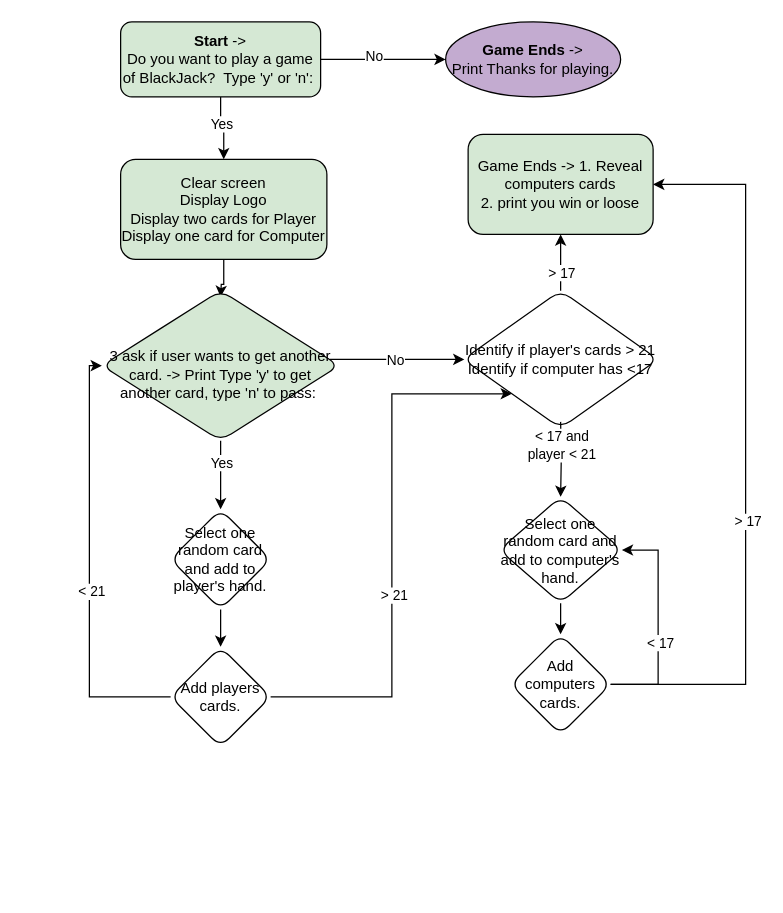
Earlier version of the draw.io diagram Black Jack Diagram.drawio (taryee8/hello-world). Source tidied: cells renumbered, new cells numbered last; positions are measured from the earlier drawing's top-left corner, leaving out a move shared by most shapes. Both pictures are drawn from the tidied source at 125%, with x=0, y=0 at pixel (101, 21).
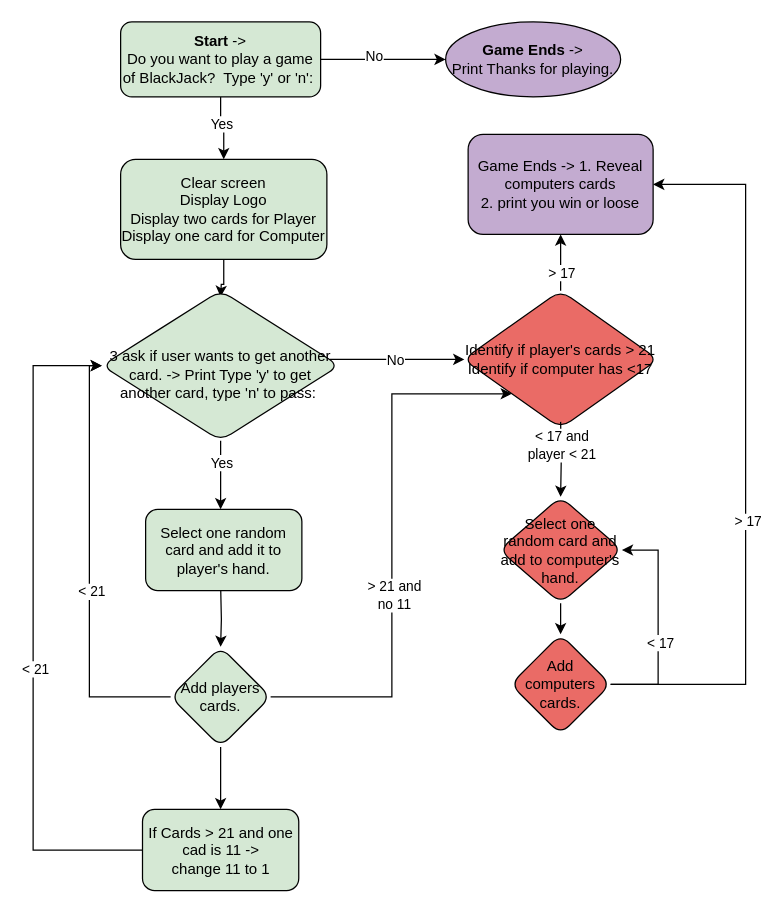
The same diagram, later.

The change refers to these unchanged cells:
```xml
<mxCell id="18" value="&lt;br&gt;&lt;span&gt;3 ask if user wants to get another card. -&amp;gt; Print Type 'y' to get another card, type 'n' to pass:&amp;nbsp;&lt;/span&gt;" style="rhombus;whiteSpace=wrap;html=1;rounded=1;shadow=0;strokeWidth=1;glass=0;fillColor=#D5E8D4;" parent="1" vertex="1">
  <mxGeometry y="215" width="190" height="120" as="geometry" />
</mxCell>
<mxCell id="24" style="endArrow=classic;html=1;rounded=0;exitX=1;exitY=0.5;exitDx=0;exitDy=0;entryX=0;entryY=1;entryDx=0;entryDy=0;edgeStyle=elbowEdgeStyle;" parent="1" edge="1" source="21" target="14">
  <mxGeometry relative="1" as="geometry" />
</mxCell>
```

What changed in the source:
```diff
@@
-    <mxCell id="14" value="Identify if player's cards &amp;gt; 21&lt;br&gt;Identify if computer has &amp;lt;17" style="rhombus;whiteSpace=wrap;html=1;rounded=1;shadow=0;strokeWidth=1;fillColor=none;glass=0;" parent="1" vertex="1">
+    <mxCell id="14" value="Identify if player's cards &amp;gt; 21&lt;br&gt;Identify if computer has &amp;lt;17" style="rhombus;whiteSpace=wrap;html=1;rounded=1;shadow=0;strokeWidth=1;fillColor=#EA6B66;glass=0;" parent="1" vertex="1">
       <mxGeometry x="289" y="215" width="156" height="110" as="geometry" />
     </mxCell>
-    <mxCell id="15" value="Game Ends -&amp;gt; 1. Reveal computers cards&lt;br&gt;2. print you win or loose" style="whiteSpace=wrap;html=1;rounded=1;shadow=0;strokeWidth=1;fillColor=#D5E8D4;glass=0;" parent="1" vertex="1">
+    <mxCell id="15" value="Game Ends -&amp;gt; 1. Reveal computers cards&lt;br&gt;2. print you win or loose" style="whiteSpace=wrap;html=1;rounded=1;shadow=0;strokeWidth=1;fillColor=#C3ABD0;glass=0;" parent="1" vertex="1">
       <mxGeometry x="293" y="90" width="148" height="80" as="geometry" />
     </mxCell>
-    <mxCell id="16" style="edgeStyle=orthogonalEdgeStyle;rounded=0;jettySize=auto;html=1;" parent="1" edge="1" source="18" target="20">
-      <mxGeometry relative="1" as="geometry" />
+    <mxCell id="16" style="edgeStyle=orthogonalEdgeStyle;rounded=0;jettySize=auto;html=1;entryX=0.5;entryY=0;entryDx=0;entryDy=0;" parent="1" edge="1" source="18">
+      <mxGeometry relative="1" as="geometry">
+        <mxPoint x="95" y="390" as="targetPoint" />
+      </mxGeometry>
     </mxCell>
@@
-    <mxCell id="19" style="edgeStyle=orthogonalEdgeStyle;rounded=0;jettySize=auto;html=1;" parent="1" edge="1" source="20" target="21">
-      <mxGeometry relative="1" as="geometry" />
+    <mxCell id="19" style="edgeStyle=orthogonalEdgeStyle;rounded=0;jettySize=auto;html=1;" parent="1" edge="1" target="21">
+      <mxGeometry relative="1" as="geometry">
+        <mxPoint x="95.1" y="455" as="sourcePoint" />
+      </mxGeometry>
     </mxCell>
-    <mxCell id="20" value="Select one random card and add to player's hand." style="rhombus;whiteSpace=wrap;html=1;rounded=1;shadow=0;strokeWidth=1;glass=0;fillColor=none;" parent="1" vertex="1">
-      <mxGeometry x="55" y="390" width="80" height="80" as="geometry" />
-    </mxCell>
+    <mxCell id="35" style="edgeStyle=orthogonalEdgeStyle;rounded=0;jettySize=auto;html=1;" parent="1" edge="1" source="21">
+      <mxGeometry relative="1" as="geometry">
+        <mxPoint x="95" y="630" as="targetPoint" />
+      </mxGeometry>
+    </mxCell>
-    <mxCell id="21" value="Add players cards." style="rhombus;whiteSpace=wrap;html=1;rounded=1;shadow=0;strokeWidth=1;glass=0;fillColor=none;" parent="1" vertex="1">
+    <mxCell id="21" value="Add players cards." style="rhombus;whiteSpace=wrap;html=1;rounded=1;shadow=0;strokeWidth=1;glass=0;fillColor=#D5E8D4;" parent="1" vertex="1">
       <mxGeometry x="55" y="500" width="80" height="80" as="geometry" />
     </mxCell>
@@
-    <mxCell id="25" value="&amp;gt; 21" style="edgeLabel;html=1;align=center;verticalAlign=middle;" parent="24" vertex="1">
+    <mxCell id="25" value="&amp;gt; 21 and&lt;br&gt;no 11" style="edgeLabel;html=1;align=center;verticalAlign=middle;" parent="24" vertex="1">
       <mxGeometry x="-0.18" y="-1" relative="1" as="geometry" />
     </mxCell>
@@
-    <mxCell id="28" value="Select one random card and add to computer's hand." style="rhombus;whiteSpace=wrap;html=1;rounded=1;shadow=0;strokeWidth=1;glass=0;" parent="1" vertex="1">
+    <mxCell id="28" value="Select one random card and add to computer's hand." style="rhombus;whiteSpace=wrap;html=1;rounded=1;shadow=0;strokeWidth=1;glass=0;fillColor=#EA6B66;" parent="1" vertex="1">
       <mxGeometry x="318" y="380" width="98" height="85" as="geometry" />
     </mxCell>
@@
-    <mxCell id="31" value="Add computers cards." style="rhombus;whiteSpace=wrap;html=1;rounded=1;shadow=0;strokeWidth=1;glass=0;" parent="1" vertex="1">
+    <mxCell id="31" value="Add computers cards." style="rhombus;whiteSpace=wrap;html=1;rounded=1;shadow=0;strokeWidth=1;glass=0;fillColor=#EA6B66;" parent="1" vertex="1">
       <mxGeometry x="327" y="490" width="80" height="80" as="geometry" />
     </mxCell>
@@
+    <mxCell id="36" value="&lt;span style=&quot;font-family: &amp;#34;helvetica&amp;#34;&quot;&gt;Select one random card and add it to player's hand.&lt;/span&gt;" style="whiteSpace=wrap;html=1;rounded=1;shadow=0;strokeWidth=1;glass=0;fillColor=#D5E8D4;" parent="1" vertex="1">
+      <mxGeometry x="35" y="390" width="125" height="65" as="geometry" />
+    </mxCell>
+    <mxCell id="37" value="&lt;span style=&quot;font-family: &amp;#34;helvetica&amp;#34;&quot;&gt;If Cards &amp;gt; 21 and one cad is 11 -&amp;gt; &lt;br&gt;change 11 to 1&lt;/span&gt;" style="whiteSpace=wrap;html=1;rounded=1;shadow=0;strokeWidth=1;glass=0;fillColor=#D5E8D4;" parent="1" vertex="1">
+      <mxGeometry x="32.5" y="630" width="125" height="65" as="geometry" />
+    </mxCell>
+    <mxCell id="38" style="endArrow=classic;html=1;rounded=0;edgeStyle=orthogonalEdgeStyle;" parent="1" edge="1" source="37" target="18">
+      <mxGeometry relative="1" as="geometry">
+        <Array as="points">
+          <mxPoint x="-55" y="662" />
+          <mxPoint x="-55" y="275" />
+        </Array>
+      </mxGeometry>
+    </mxCell>
+    <mxCell id="39" value="&amp;lt; 21" style="edgeLabel;html=1;align=center;verticalAlign=middle;" parent="38" vertex="1">
+      <mxGeometry x="-0.12" y="-1" relative="1" as="geometry" />
+    </mxCell>
```
